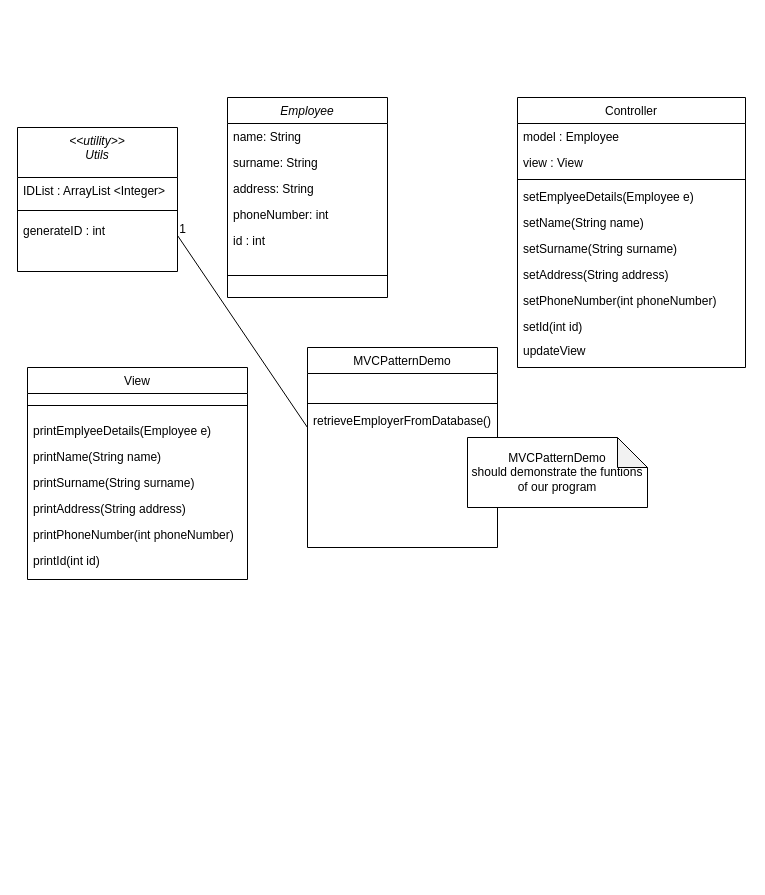
The draw.io diagram SoftCon2020_Assignment_6/CompanySystem/UML/UML.drawio in HuberNicolas/swc-group38, before the edit. Source tidied: cells renumbered, new cells numbered last; positions are measured from the earlier drawing's top-left corner, leaving out a move shared by most shapes. Both pictures are drawn from the tidied source at 100%, with x=0, y=0 at pixel (17, 97).
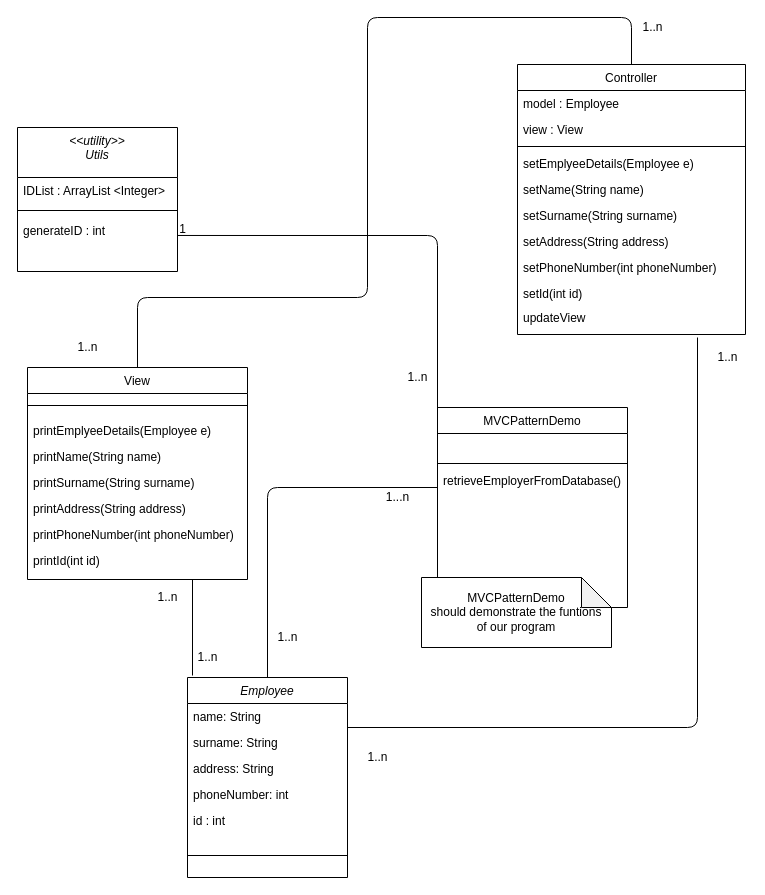
After the change.

The change refers to these unchanged cells:
```xml
<mxCell id="3" value="name: String" style="text;align=left;verticalAlign=top;spacingLeft=4;spacingRight=4;overflow=hidden;points=[[0,0.5],[1,0.5]];portConstraint=eastwest;" parent="2" vertex="1">
  <mxGeometry y="26" width="160" height="26" as="geometry" />
</mxCell>
<mxCell id="9" value="View" style="swimlane;fontStyle=0;align=center;verticalAlign=top;horizontal=1;startSize=26;rounded=0;shadow=0;strokeWidth=1;" parent="1" vertex="1">
  <mxGeometry x="10" y="270" width="220" height="212" as="geometry" />
</mxCell>
<mxCell id="20" value="retrieveEmployerFromDatabase()" style="text;align=left;verticalAlign=top;spacingLeft=4;spacingRight=4;overflow=hidden;points=[[0,0.5],[1,0.5]];portConstraint=eastwest;" parent="17" vertex="1">
  <mxGeometry y="60" width="190" height="40" as="geometry" />
</mxCell>
<mxCell id="35" value="generateID : int" style="text;align=left;verticalAlign=top;spacingLeft=4;spacingRight=4;overflow=hidden;points=[[0,0.5],[1,0.5]];portConstraint=eastwest;" parent="32" vertex="1">
  <mxGeometry y="90" width="160" height="54" as="geometry" />
</mxCell>
```

The edit, as a diff of the source:
```diff
@@
     <mxCell id="2" value="Employee" style="swimlane;fontStyle=2;align=center;verticalAlign=top;horizontal=1;startSize=26;rounded=0;shadow=0;strokeWidth=1;" parent="1" vertex="1">
-      <mxGeometry x="210" width="160" height="200" as="geometry" />
+      <mxGeometry x="170" y="580" width="160" height="200" as="geometry" />
     </mxCell>
@@
     <mxCell id="17" value="MVCPatternDemo" style="swimlane;fontStyle=0;align=center;verticalAlign=top;horizontal=1;startSize=26;rounded=0;shadow=0;strokeWidth=1;" parent="1" vertex="1">
-      <mxGeometry x="290" y="250" width="190" height="200" as="geometry" />
+      <mxGeometry x="420" y="310" width="190" height="200" as="geometry" />
     </mxCell>
@@
     <mxCell id="21" value="Controller" style="swimlane;fontStyle=0;align=center;verticalAlign=top;horizontal=1;startSize=26;rounded=0;shadow=0;strokeWidth=1;" parent="1" vertex="1">
-      <mxGeometry x="500" width="228" height="270" as="geometry" />
+      <mxGeometry x="500" y="-33" width="228" height="270" as="geometry" />
     </mxCell>
@@
     <mxCell id="36" style="endArrow=none;html=1;entryX=0;entryY=0.5;entryDx=0;entryDy=0;exitX=1;exitY=0.333;exitDx=0;exitDy=0;exitPerimeter=0;" parent="1" edge="1" source="35" target="20">
-      <mxGeometry relative="1" as="geometry" />
+      <mxGeometry relative="1" as="geometry">
+        <Array as="points">
+          <mxPoint x="420" y="138" />
+        </Array>
+      </mxGeometry>
     </mxCell>
@@
+    <mxCell id="39" style="endArrow=none;html=1;entryX=0;entryY=0.5;entryDx=0;entryDy=0;exitX=0.5;exitY=0;exitDx=0;exitDy=0;" parent="1" edge="1" source="2" target="20">
+      <mxGeometry relative="1" as="geometry">
+        <Array as="points">
+          <mxPoint x="250" y="390" />
+        </Array>
+      </mxGeometry>
+    </mxCell>
+    <mxCell id="40" value="1..n" style="text;html=1;align=center;verticalAlign=middle;" parent="1" vertex="1">
+      <mxGeometry x="250" y="530" width="40" height="20" as="geometry" />
+    </mxCell>
+    <mxCell id="41" value="1...n" style="text;html=1;align=center;verticalAlign=middle;" parent="1" vertex="1">
+      <mxGeometry x="360" y="390" width="40" height="20" as="geometry" />
+    </mxCell>
+    <mxCell id="42" value="1..n" style="text;html=1;align=center;verticalAlign=middle;" parent="1" vertex="1">
+      <mxGeometry x="380" y="270" width="40" height="20" as="geometry" />
+    </mxCell>
+    <mxCell id="43" style="endArrow=none;html=1;exitX=0.75;exitY=1;exitDx=0;exitDy=0;" parent="1" edge="1" source="9">
+      <mxGeometry relative="1" as="geometry">
+        <mxPoint x="175" y="578" as="targetPoint" />
+      </mxGeometry>
+    </mxCell>
+    <mxCell id="44" value="1..n" style="text;html=1;align=center;verticalAlign=middle;" parent="1" vertex="1">
+      <mxGeometry x="130" y="490" width="40" height="20" as="geometry" />
+    </mxCell>
+    <mxCell id="45" value="1..n" style="text;html=1;align=center;verticalAlign=middle;" parent="1" vertex="1">
+      <mxGeometry x="170" y="550" width="40" height="20" as="geometry" />
+    </mxCell>
+    <mxCell id="46" style="endArrow=none;html=1;exitX=0.5;exitY=0;exitDx=0;exitDy=0;entryX=0.5;entryY=0;entryDx=0;entryDy=0;" parent="1" edge="1" source="9" target="21">
+      <mxGeometry relative="1" as="geometry">
+        <Array as="points">
+          <mxPoint x="120" y="200" />
+          <mxPoint x="350" y="200" />
+          <mxPoint x="350" y="-80" />
+          <mxPoint x="614" y="-80" />
+        </Array>
+      </mxGeometry>
+    </mxCell>
+    <mxCell id="47" value="1..n" style="text;html=1;align=center;verticalAlign=middle;" parent="1" vertex="1">
+      <mxGeometry x="50" y="240" width="40" height="20" as="geometry" />
+    </mxCell>
+    <mxCell id="48" value="1..n" style="text;html=1;align=center;verticalAlign=middle;" parent="1" vertex="1">
+      <mxGeometry x="615" y="-80" width="40" height="20" as="geometry" />
+    </mxCell>
     <mxCell id="38" value="MVCPatternDemo&lt;br&gt;should demonstrate the funtions&lt;br&gt;of our program" style="shape=note;whiteSpace=wrap;html=1;backgroundOutline=1;darkOpacity=0.05;" parent="1" vertex="1">
-      <mxGeometry x="450" y="340" width="180" height="70" as="geometry" />
+      <mxGeometry x="404" y="480" width="190" height="70" as="geometry" />
     </mxCell>
+    <mxCell id="49" style="endArrow=none;html=1;exitX=1;exitY=0.923;exitDx=0;exitDy=0;exitPerimeter=0;" parent="1" edge="1" source="3">
+      <mxGeometry relative="1" as="geometry">
+        <mxPoint x="680" y="240" as="targetPoint" />
+        <Array as="points">
+          <mxPoint x="680" y="630" />
+        </Array>
+      </mxGeometry>
+    </mxCell>
+    <mxCell id="50" value="1..n" style="text;html=1;align=center;verticalAlign=middle;" parent="1" vertex="1">
+      <mxGeometry x="340" y="650" width="40" height="20" as="geometry" />
+    </mxCell>
+    <mxCell id="51" value="1..n" style="text;html=1;align=center;verticalAlign=middle;" parent="1" vertex="1">
+      <mxGeometry x="690" y="250" width="40" height="20" as="geometry" />
+    </mxCell>
```
